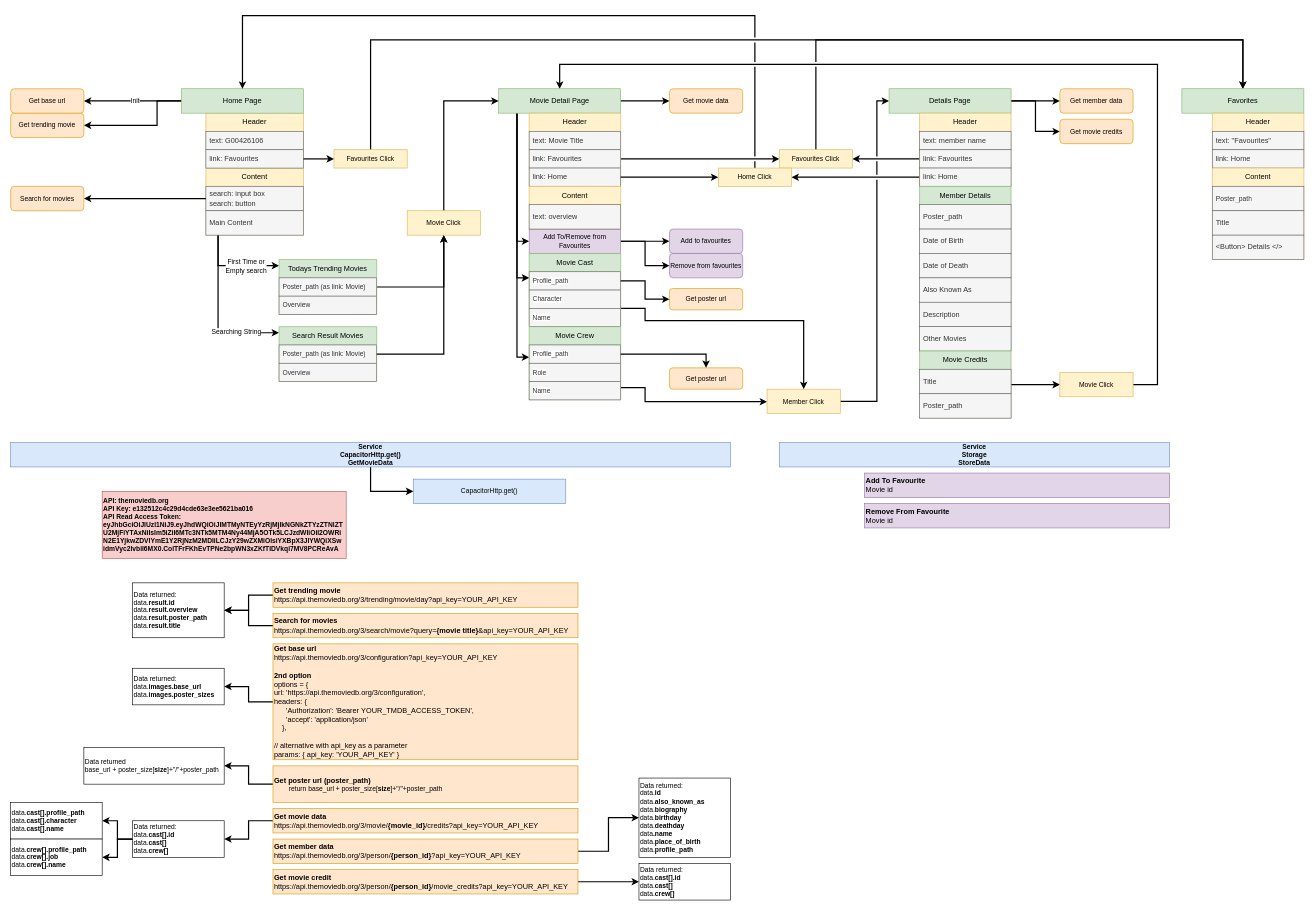
Erunam/G00426106 keeps this draw.io diagram as src/doc/MovieApp.drawio. Above is the earlier version. Source tidied: cells renumbered, new cells numbered last; positions are measured from the earlier drawing's top-left corner, leaving out a move shared by most shapes. Both pictures are drawn from the tidied source at 61%, with x=0, y=0 at pixel (10, 15).
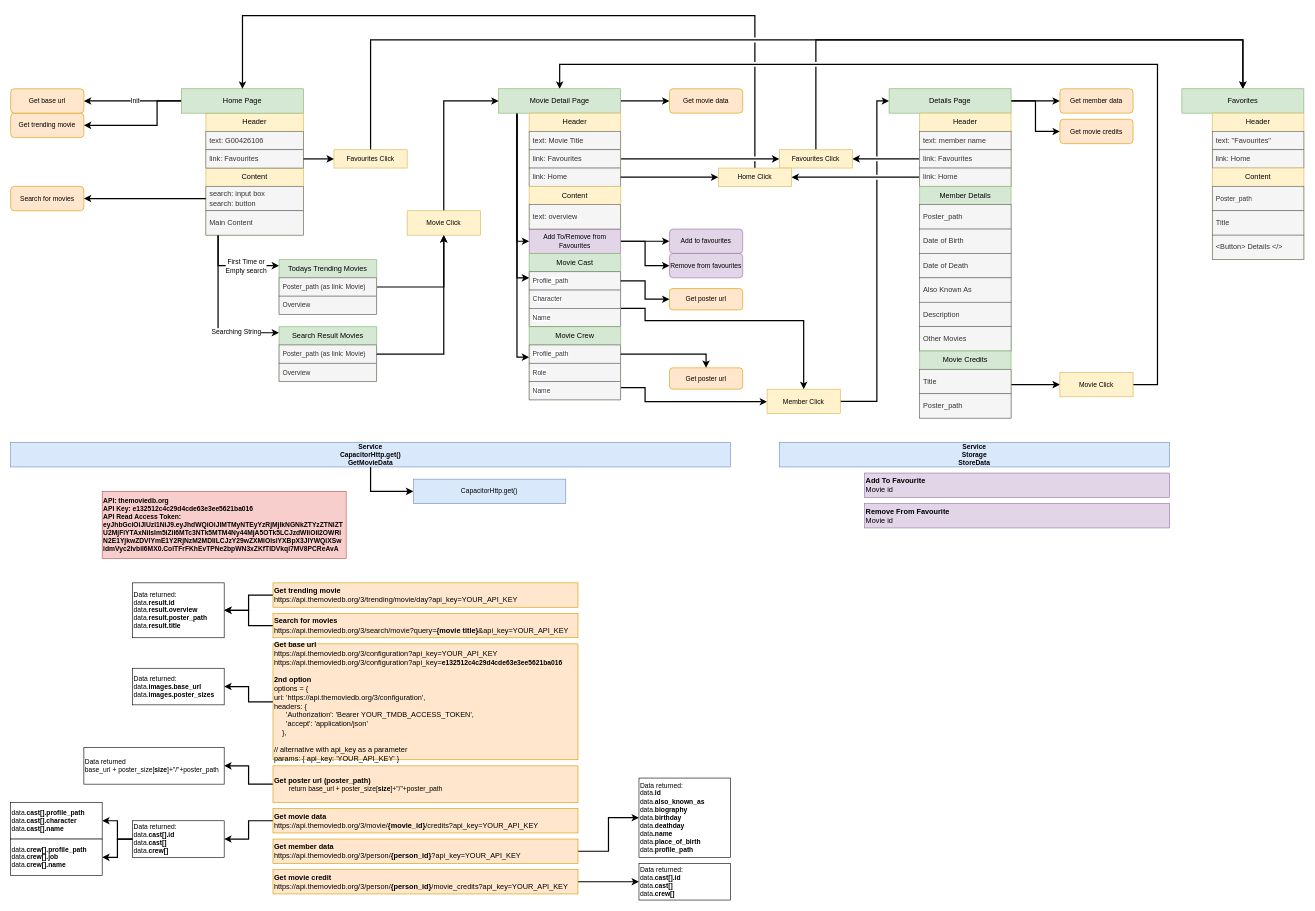
The same page after the edit.

The edit, as a diff of the source:
```diff
@@
-    <mxCell id="35" value="&lt;div&gt;&lt;b&gt;Get base url&lt;/b&gt;&lt;/div&gt;&lt;div&gt;&lt;span style=&quot;background-color: transparent;&quot;&gt;https://api.themoviedb.org/3/configuration?api_key=&lt;/span&gt;&lt;span style=&quot;color: light-dark(rgb(0, 0, 0), rgb(255, 255, 255)); background-color: transparent;&quot;&gt;YOUR_API_KEY&lt;/span&gt;&lt;b&gt;&lt;/b&gt;&lt;/div&gt;&lt;div&gt;&lt;span style=&quot;color: light-dark(rgb(0, 0, 0), rgb(255, 255, 255)); background-color: transparent;&quot;&gt;&lt;br&gt;&lt;/span&gt;&lt;/div&gt;&lt;div&gt;&lt;span style=&quot;color: light-dark(rgb(0, 0, 0), rgb(255, 255, 255)); background-color: transparent;&quot;&gt;&lt;b&gt;2nd option&lt;/b&gt;&lt;/span&gt;&lt;/div&gt;&lt;div&gt;options = {&lt;/div&gt;&lt;div&gt;&lt;span style=&quot;background-color: transparent; color: light-dark(rgb(0, 0, 0), rgb(255, 255, 255));&quot;&gt;url: 'https://api.themoviedb.org/3/configuration',&lt;/span&gt;&lt;/div&gt;&lt;div&gt;&lt;span style=&quot;background-color: transparent; color: light-dark(rgb(0, 0, 0), rgb(255, 255, 255));&quot;&gt;headers: {&lt;/span&gt;&lt;/div&gt;&lt;div&gt;&lt;span style=&quot;background-color: transparent; color: light-dark(rgb(0, 0, 0), rgb(255, 255, 255));&quot;&gt;&amp;nbsp; &amp;nbsp; &amp;nbsp; 'Authorization': 'Bearer&amp;nbsp;&lt;/span&gt;&lt;span style=&quot;background-color: transparent; color: light-dark(rgb(0, 0, 0), rgb(255, 255, 255));&quot;&gt;YOUR_TMDB_ACCESS_TOKEN',&lt;/span&gt;&lt;/div&gt;&lt;div&gt;&lt;span style=&quot;background-color: transparent; color: light-dark(rgb(0, 0, 0), rgb(255, 255, 255));&quot;&gt;&amp;nbsp; &amp;nbsp; &amp;nbsp; 'accept': 'application/json'&lt;/span&gt;&lt;/div&gt;&lt;div&gt;&amp;nbsp; &amp;nbsp; },&lt;/div&gt;&lt;div&gt;&lt;span style=&quot;background-color: transparent; color: light-dark(rgb(0, 0, 0), rgb(255, 255, 255));&quot;&gt;&lt;br&gt;&lt;/span&gt;&lt;/div&gt;&lt;div&gt;&lt;span style=&quot;background-color: transparent; color: light-dark(rgb(0, 0, 0), rgb(255, 255, 255));&quot;&gt;// alternative with api_key as a parameter&lt;/span&gt;&lt;/div&gt;&lt;div&gt;&lt;span style=&quot;background-color: transparent; color: light-dark(rgb(0, 0, 0), rgb(255, 255, 255));&quot;&gt;params: { api_key: 'YOUR_API_KEY' }&lt;/span&gt;&lt;/div&gt;" style="rounded=0;whiteSpace=wrap;html=1;fillColor=#ffe6cc;strokeColor=#d79b00;align=left;" parent="1" vertex="1">
+    <mxCell id="35" value="&lt;div&gt;&lt;b&gt;Get base url&lt;/b&gt;&lt;/div&gt;&lt;div&gt;&lt;span style=&quot;background-color: transparent;&quot;&gt;https://api.themoviedb.org/3/configuration?api_key=&lt;/span&gt;&lt;span style=&quot;color: light-dark(rgb(0, 0, 0), rgb(255, 255, 255)); background-color: transparent;&quot;&gt;YOUR_API_KEY&lt;/span&gt;&lt;b&gt;&lt;/b&gt;&lt;/div&gt;&lt;div&gt;&lt;span style=&quot;background-color: transparent;&quot;&gt;https://api.themoviedb.org/3/configuration?api_key=&lt;/span&gt;&lt;span style=&quot;font-size: 11px; font-weight: 700; background-color: transparent; color: light-dark(rgb(0, 0, 0), rgb(255, 255, 255));&quot;&gt;e132512c4c29d4cde63e3ee5621ba016&lt;/span&gt;&lt;/div&gt;&lt;div&gt;&lt;span style=&quot;color: light-dark(rgb(0, 0, 0), rgb(255, 255, 255)); background-color: transparent;&quot;&gt;&lt;br&gt;&lt;/span&gt;&lt;/div&gt;&lt;div&gt;&lt;span style=&quot;color: light-dark(rgb(0, 0, 0), rgb(255, 255, 255)); background-color: transparent;&quot;&gt;&lt;b&gt;2nd option&lt;/b&gt;&lt;/span&gt;&lt;/div&gt;&lt;div&gt;options = {&lt;/div&gt;&lt;div&gt;&lt;span style=&quot;background-color: transparent; color: light-dark(rgb(0, 0, 0), rgb(255, 255, 255));&quot;&gt;url: 'https://api.themoviedb.org/3/configuration',&lt;/span&gt;&lt;/div&gt;&lt;div&gt;&lt;span style=&quot;background-color: transparent; color: light-dark(rgb(0, 0, 0), rgb(255, 255, 255));&quot;&gt;headers: {&lt;/span&gt;&lt;/div&gt;&lt;div&gt;&lt;span style=&quot;background-color: transparent; color: light-dark(rgb(0, 0, 0), rgb(255, 255, 255));&quot;&gt;&amp;nbsp; &amp;nbsp; &amp;nbsp; 'Authorization': 'Bearer&amp;nbsp;&lt;/span&gt;&lt;span style=&quot;background-color: transparent; color: light-dark(rgb(0, 0, 0), rgb(255, 255, 255));&quot;&gt;YOUR_TMDB_ACCESS_TOKEN',&lt;/span&gt;&lt;/div&gt;&lt;div&gt;&lt;span style=&quot;background-color: transparent; color: light-dark(rgb(0, 0, 0), rgb(255, 255, 255));&quot;&gt;&amp;nbsp; &amp;nbsp; &amp;nbsp; 'accept': 'application/json'&lt;/span&gt;&lt;/div&gt;&lt;div&gt;&amp;nbsp; &amp;nbsp; },&lt;/div&gt;&lt;div&gt;&lt;span style=&quot;background-color: transparent; color: light-dark(rgb(0, 0, 0), rgb(255, 255, 255));&quot;&gt;&lt;br&gt;&lt;/span&gt;&lt;/div&gt;&lt;div&gt;&lt;span style=&quot;background-color: transparent; color: light-dark(rgb(0, 0, 0), rgb(255, 255, 255));&quot;&gt;// alternative with api_key as a parameter&lt;/span&gt;&lt;/div&gt;&lt;div&gt;&lt;span style=&quot;background-color: transparent; color: light-dark(rgb(0, 0, 0), rgb(255, 255, 255));&quot;&gt;params: { api_key: 'YOUR_API_KEY' }&lt;/span&gt;&lt;/div&gt;" style="rounded=0;whiteSpace=wrap;html=1;fillColor=#ffe6cc;strokeColor=#d79b00;align=left;" parent="1" vertex="1">
       <mxGeometry x="430" y="1030" width="500" height="190" as="geometry" />
     </mxCell>
```
